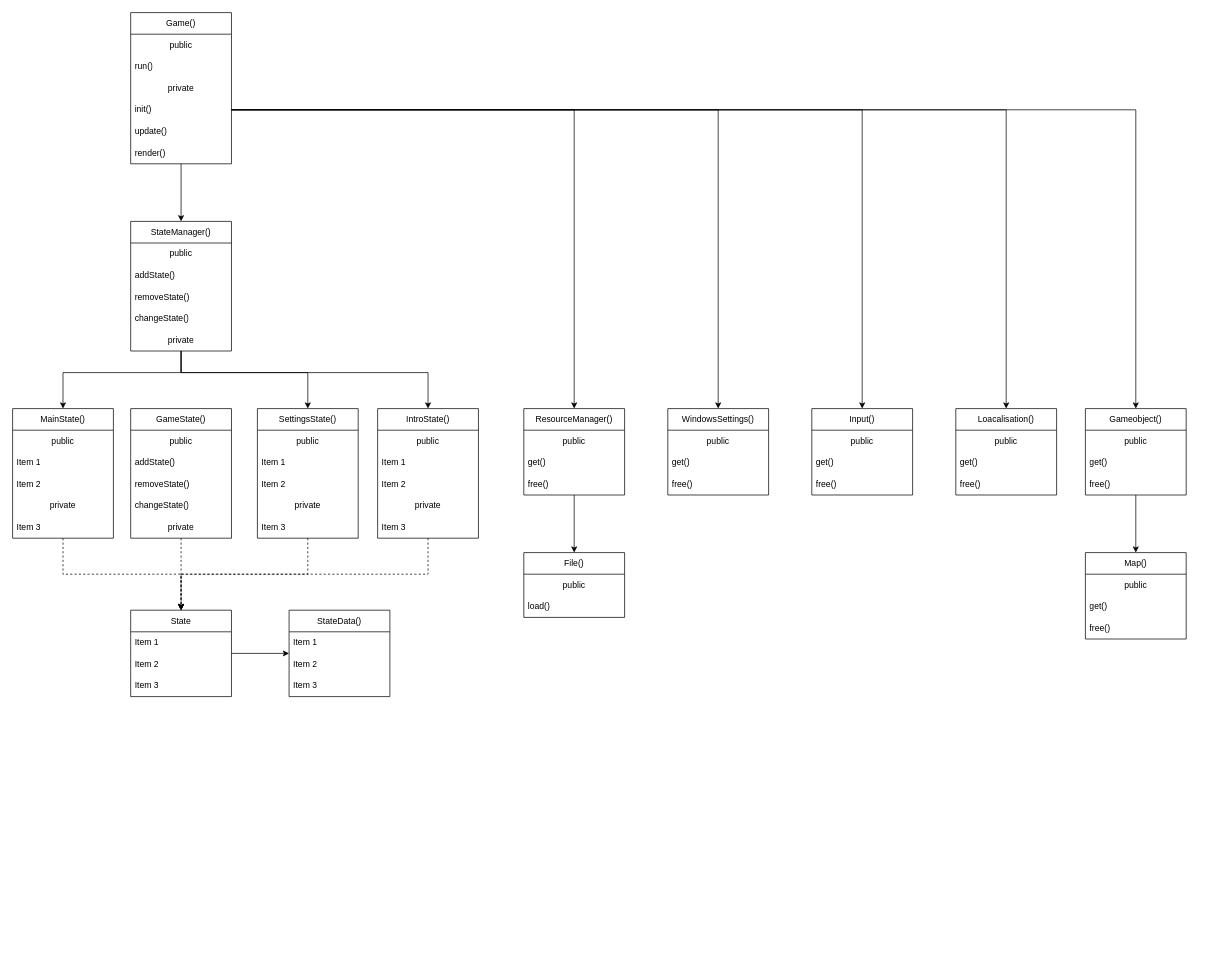
Earlier version of the draw.io diagram Диаграмма без названия.drawio (Lenin-Grub/Kronos). Source tidied: cells renumbered, new cells numbered last; positions are measured from the earlier drawing's top-left corner, leaving out a move shared by most shapes. Both pictures are drawn from the tidied source at 72%, with x=0, y=0 at pixel (12, 12).
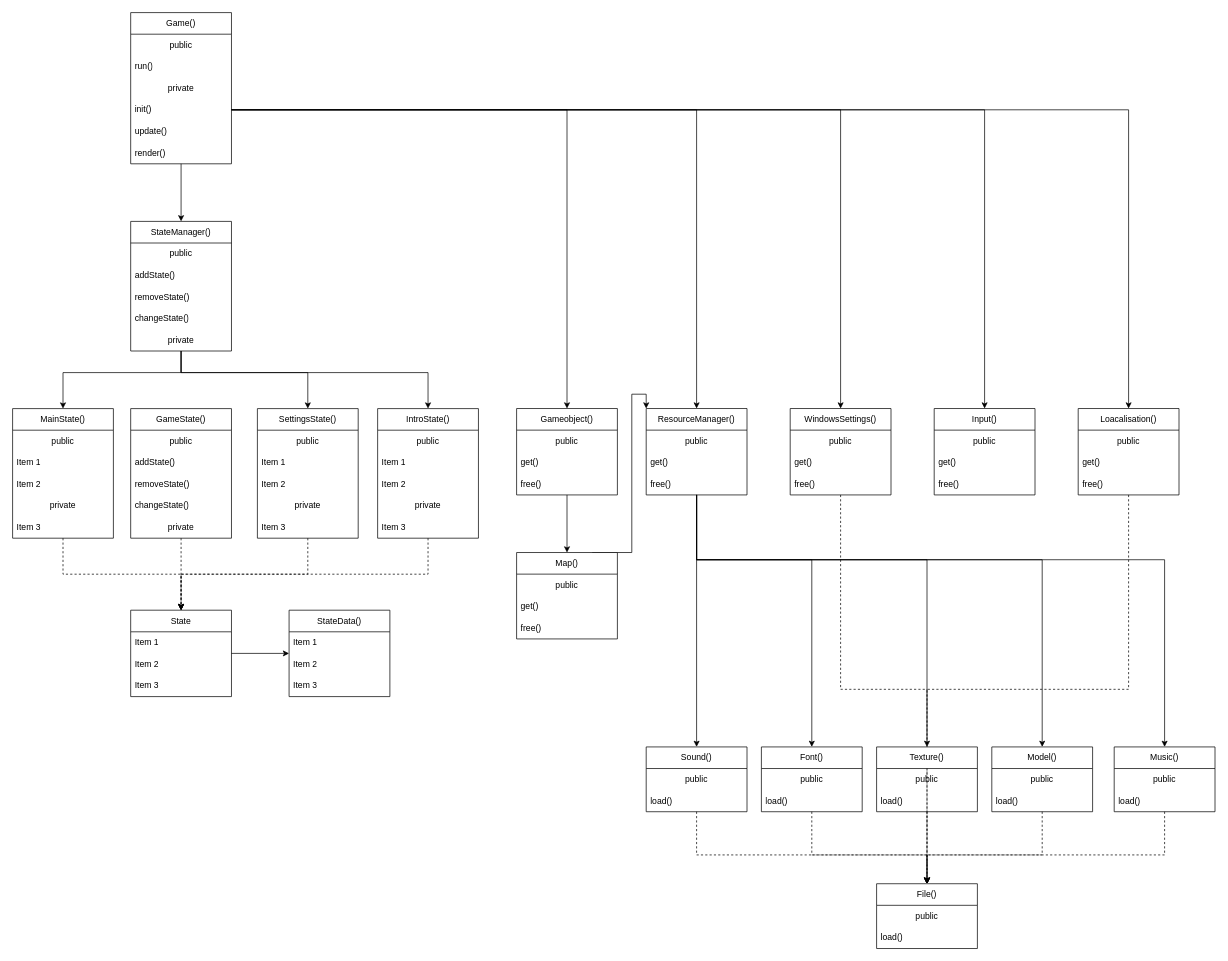
The same diagram, later.

The edit, as a diff of the source:
```diff
@@
-    <mxCell id="52" style="edgeStyle=orthogonalEdgeStyle;rounded=0;jettySize=auto;html=1;" parent="1" edge="1" source="53" target="82">
-      <mxGeometry relative="1" as="geometry" />
-    </mxCell>
+    <mxCell id="90" style="edgeStyle=orthogonalEdgeStyle;rounded=0;jettySize=auto;html=1;entryX=0.5;entryY=0;entryDx=0;entryDy=0;" parent="1" edge="1" source="53" target="105">
+      <mxGeometry relative="1" as="geometry">
+        <Array as="points">
+          <mxPoint x="950" y="759.9" />
+          <mxPoint x="1270" y="759.9" />
+        </Array>
+      </mxGeometry>
+    </mxCell>
+    <mxCell id="91" style="edgeStyle=orthogonalEdgeStyle;rounded=0;jettySize=auto;html=1;" parent="1" edge="1" source="53" target="108">
+      <mxGeometry relative="1" as="geometry">
+        <Array as="points">
+          <mxPoint x="950" y="759.9" />
+          <mxPoint x="1430" y="759.9" />
+        </Array>
+      </mxGeometry>
+    </mxCell>
+    <mxCell id="92" style="edgeStyle=orthogonalEdgeStyle;rounded=0;jettySize=auto;html=1;" parent="1" edge="1" source="53" target="102">
+      <mxGeometry relative="1" as="geometry">
+        <Array as="points">
+          <mxPoint x="950" y="759.9" />
+          <mxPoint x="1110" y="759.9" />
+        </Array>
+      </mxGeometry>
+    </mxCell>
+    <mxCell id="93" style="edgeStyle=orthogonalEdgeStyle;rounded=0;jettySize=auto;html=1;entryX=0.5;entryY=0;entryDx=0;entryDy=0;" parent="1" edge="1" source="53" target="99">
+      <mxGeometry relative="1" as="geometry" />
+    </mxCell>
+    <mxCell id="94" style="edgeStyle=orthogonalEdgeStyle;rounded=0;jettySize=auto;html=1;entryX=0.5;entryY=0;entryDx=0;entryDy=0;" parent="1" edge="1" source="53" target="111">
+      <mxGeometry relative="1" as="geometry">
+        <Array as="points">
+          <mxPoint x="950" y="759.9" />
+          <mxPoint x="1600" y="759.9" />
+        </Array>
+      </mxGeometry>
+    </mxCell>
     <mxCell id="53" value="ResourceManager()" style="swimlane;fontStyle=0;horizontal=1;startSize=30;whiteSpace=wrap;html=1;" parent="1" vertex="1">
-      <mxGeometry x="710" y="550" width="140" height="120" as="geometry" />
+      <mxGeometry x="880" y="549.9" width="140" height="120" as="geometry" />
     </mxCell>
@@
+    <mxCell id="95" style="edgeStyle=orthogonalEdgeStyle;rounded=0;jettySize=auto;html=1;entryX=0.5;entryY=0;entryDx=0;entryDy=0;dashed=1;" parent="1" edge="1" source="57" target="82">
+      <mxGeometry relative="1" as="geometry" />
+    </mxCell>
     <mxCell id="57" value="WindowsSettings()" style="swimlane;fontStyle=0;horizontal=1;startSize=30;whiteSpace=wrap;html=1;" parent="1" vertex="1">
-      <mxGeometry x="910" y="550" width="140" height="120" as="geometry" />
+      <mxGeometry x="1080" y="549.9" width="140" height="120" as="geometry" />
     </mxCell>
@@
     <mxCell id="65" value="Input()" style="swimlane;fontStyle=0;horizontal=1;startSize=30;whiteSpace=wrap;html=1;" parent="1" vertex="1">
-      <mxGeometry x="1110" y="550" width="140" height="120" as="geometry" />
+      <mxGeometry x="1280" y="549.9" width="140" height="120" as="geometry" />
     </mxCell>
@@
+    <mxCell id="96" style="edgeStyle=orthogonalEdgeStyle;rounded=0;jettySize=auto;html=1;entryX=0.5;entryY=0;entryDx=0;entryDy=0;dashed=1;" parent="1" edge="1" source="69" target="82">
+      <mxGeometry relative="1" as="geometry">
+        <Array as="points">
+          <mxPoint x="1550" y="939.9" />
+          <mxPoint x="1270" y="939.9" />
+        </Array>
+      </mxGeometry>
+    </mxCell>
     <mxCell id="69" value="Loacalisation()" style="swimlane;fontStyle=0;horizontal=1;startSize=30;whiteSpace=wrap;html=1;" parent="1" vertex="1">
-      <mxGeometry x="1310" y="550" width="140" height="120" as="geometry" />
+      <mxGeometry x="1480" y="549.9" width="140" height="120" as="geometry" />
     </mxCell>
@@
     <mxCell id="74" value="Gameobject()" style="swimlane;fontStyle=0;horizontal=1;startSize=30;whiteSpace=wrap;html=1;" parent="1" vertex="1">
-      <mxGeometry x="1490" y="550" width="140" height="120" as="geometry" />
+      <mxGeometry x="700" y="549.9" width="140" height="120" as="geometry" />
     </mxCell>
@@
+    <mxCell id="97" style="edgeStyle=orthogonalEdgeStyle;rounded=0;jettySize=auto;html=1;exitX=0.75;exitY=0;exitDx=0;exitDy=0;entryX=0;entryY=0;entryDx=0;entryDy=0;" parent="1" edge="1" source="78" target="53">
+      <mxGeometry relative="1" as="geometry">
+        <Array as="points">
+          <mxPoint x="860" y="750" />
+          <mxPoint x="860" y="530" />
+          <mxPoint x="880" y="530" />
+        </Array>
+      </mxGeometry>
+    </mxCell>
     <mxCell id="78" value="Map()" style="swimlane;fontStyle=0;horizontal=1;startSize=30;whiteSpace=wrap;html=1;" parent="1" vertex="1">
-      <mxGeometry x="1490" y="750" width="140" height="120" as="geometry" />
+      <mxGeometry x="700" y="749.9" width="140" height="120" as="geometry" />
     </mxCell>
@@
     <mxCell id="82" value="File()" style="swimlane;fontStyle=0;horizontal=1;startSize=30;whiteSpace=wrap;html=1;" parent="1" vertex="1">
-      <mxGeometry x="710" y="750" width="140" height="90" as="geometry" />
+      <mxGeometry x="1200" y="1209.9" width="140" height="90" as="geometry" />
     </mxCell>
@@
+    <mxCell id="98" style="group;" parent="1" vertex="1">
+      <mxGeometry x="880" y="1019.9" width="790" height="90" as="geometry" />
+    </mxCell>
+    <mxCell id="99" value="Sound()" style="swimlane;fontStyle=0;horizontal=1;startSize=30;whiteSpace=wrap;html=1;" parent="98" vertex="1">
+      <mxGeometry width="140" height="90" as="geometry" />
+    </mxCell>
+    <mxCell id="100" value="public" style="text;align=center;verticalAlign=middle;spacingLeft=4;spacingRight=4;overflow=hidden;whiteSpace=wrap;html=1;" parent="99" vertex="1">
+      <mxGeometry y="30" width="140" height="30" as="geometry" />
+    </mxCell>
+    <mxCell id="101" value="load()" style="text;strokeColor=none;fillColor=none;align=left;verticalAlign=middle;spacingLeft=4;spacingRight=4;overflow=hidden;whiteSpace=wrap;html=1;" parent="99" vertex="1">
+      <mxGeometry y="60" width="140" height="30" as="geometry" />
+    </mxCell>
+    <mxCell id="102" value="Font()" style="swimlane;fontStyle=0;horizontal=1;startSize=30;whiteSpace=wrap;html=1;" parent="98" vertex="1">
+      <mxGeometry x="160" width="140" height="90" as="geometry" />
+    </mxCell>
+    <mxCell id="103" value="public" style="text;align=center;verticalAlign=middle;spacingLeft=4;spacingRight=4;overflow=hidden;whiteSpace=wrap;html=1;" parent="102" vertex="1">
+      <mxGeometry y="30" width="140" height="30" as="geometry" />
+    </mxCell>
+    <mxCell id="104" value="load()" style="text;strokeColor=none;fillColor=none;align=left;verticalAlign=middle;spacingLeft=4;spacingRight=4;overflow=hidden;whiteSpace=wrap;html=1;" parent="102" vertex="1">
+      <mxGeometry y="60" width="140" height="30" as="geometry" />
+    </mxCell>
+    <mxCell id="105" value="Texture()" style="swimlane;fontStyle=0;horizontal=1;startSize=30;whiteSpace=wrap;html=1;" parent="98" vertex="1">
+      <mxGeometry x="320" width="140" height="90" as="geometry" />
+    </mxCell>
+    <mxCell id="106" value="public" style="text;align=center;verticalAlign=middle;spacingLeft=4;spacingRight=4;overflow=hidden;whiteSpace=wrap;html=1;" parent="105" vertex="1">
+      <mxGeometry y="30" width="140" height="30" as="geometry" />
+    </mxCell>
+    <mxCell id="107" value="load()" style="text;strokeColor=none;fillColor=none;align=left;verticalAlign=middle;spacingLeft=4;spacingRight=4;overflow=hidden;whiteSpace=wrap;html=1;" parent="105" vertex="1">
+      <mxGeometry y="60" width="140" height="30" as="geometry" />
+    </mxCell>
+    <mxCell id="108" value="Model()" style="swimlane;fontStyle=0;horizontal=1;startSize=30;whiteSpace=wrap;html=1;" parent="98" vertex="1">
+      <mxGeometry x="480" width="140" height="90" as="geometry" />
+    </mxCell>
+    <mxCell id="109" value="public" style="text;align=center;verticalAlign=middle;spacingLeft=4;spacingRight=4;overflow=hidden;whiteSpace=wrap;html=1;" parent="108" vertex="1">
+      <mxGeometry y="30" width="140" height="30" as="geometry" />
+    </mxCell>
+    <mxCell id="110" value="load()" style="text;strokeColor=none;fillColor=none;align=left;verticalAlign=middle;spacingLeft=4;spacingRight=4;overflow=hidden;whiteSpace=wrap;html=1;" parent="108" vertex="1">
+      <mxGeometry y="60" width="140" height="30" as="geometry" />
+    </mxCell>
+    <mxCell id="111" value="Music()" style="swimlane;fontStyle=0;horizontal=1;startSize=30;whiteSpace=wrap;html=1;" parent="98" vertex="1">
+      <mxGeometry x="650" width="140" height="90" as="geometry" />
+    </mxCell>
+    <mxCell id="112" value="public" style="text;align=center;verticalAlign=middle;spacingLeft=4;spacingRight=4;overflow=hidden;whiteSpace=wrap;html=1;" parent="111" vertex="1">
+      <mxGeometry y="30" width="140" height="30" as="geometry" />
+    </mxCell>
+    <mxCell id="113" value="load()" style="text;strokeColor=none;fillColor=none;align=left;verticalAlign=middle;spacingLeft=4;spacingRight=4;overflow=hidden;whiteSpace=wrap;html=1;" parent="111" vertex="1">
+      <mxGeometry y="60" width="140" height="30" as="geometry" />
+    </mxCell>
+    <mxCell id="114" style="edgeStyle=orthogonalEdgeStyle;rounded=0;jettySize=auto;html=1;dashed=1;" parent="1" edge="1" source="99" target="82">
+      <mxGeometry relative="1" as="geometry">
+        <Array as="points">
+          <mxPoint x="950" y="1169.9" />
+          <mxPoint x="1270" y="1169.9" />
+        </Array>
+      </mxGeometry>
+    </mxCell>
+    <mxCell id="115" style="edgeStyle=orthogonalEdgeStyle;rounded=0;jettySize=auto;html=1;entryX=0.5;entryY=0;entryDx=0;entryDy=0;dashed=1;" parent="1" edge="1" source="102" target="82">
+      <mxGeometry relative="1" as="geometry">
+        <Array as="points">
+          <mxPoint x="1110" y="1169.9" />
+          <mxPoint x="1270" y="1169.9" />
+        </Array>
+      </mxGeometry>
+    </mxCell>
+    <mxCell id="116" style="edgeStyle=orthogonalEdgeStyle;rounded=0;jettySize=auto;html=1;entryX=0.5;entryY=0;entryDx=0;entryDy=0;dashed=1;" parent="1" edge="1" source="105" target="82">
+      <mxGeometry relative="1" as="geometry" />
+    </mxCell>
+    <mxCell id="117" style="edgeStyle=orthogonalEdgeStyle;rounded=0;jettySize=auto;html=1;dashed=1;" parent="1" edge="1" source="108" target="82">
+      <mxGeometry relative="1" as="geometry">
+        <Array as="points">
+          <mxPoint x="1430" y="1169.9" />
+          <mxPoint x="1270" y="1169.9" />
+        </Array>
+      </mxGeometry>
+    </mxCell>
+    <mxCell id="118" style="edgeStyle=orthogonalEdgeStyle;rounded=0;jettySize=auto;html=1;entryX=0.5;entryY=0;entryDx=0;entryDy=0;dashed=1;" parent="1" edge="1" source="111" target="82">
+      <mxGeometry relative="1" as="geometry">
+        <Array as="points">
+          <mxPoint x="1600" y="1169.9" />
+          <mxPoint x="1270" y="1169.9" />
+        </Array>
+      </mxGeometry>
+    </mxCell>
```
